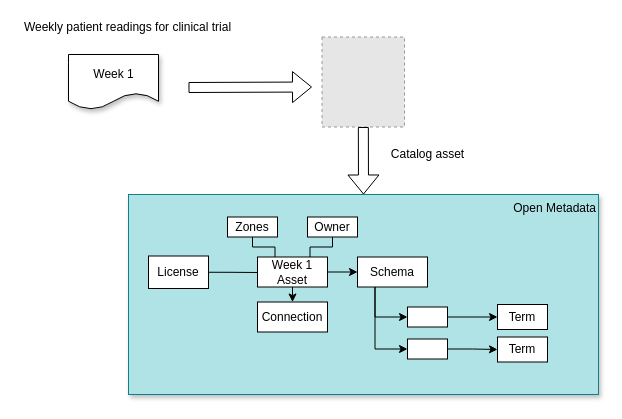
Above: page "Week 1" (1 of 15) of site/docs/features/templated-cataloguing/templated-cataloguing.drawio in odpi/egeria-docs (draw.io), before the change. Source tidied: cells renumbered, new cells numbered last; positions are measured from the earlier drawing's top-left corner, leaving out a move shared by most shapes. Both pictures are drawn from the tidied source at 100%, with x=0, y=0 at pixel (17, 16). Pictures stored in the file or linked from it are replaced by grey dashed boxes.
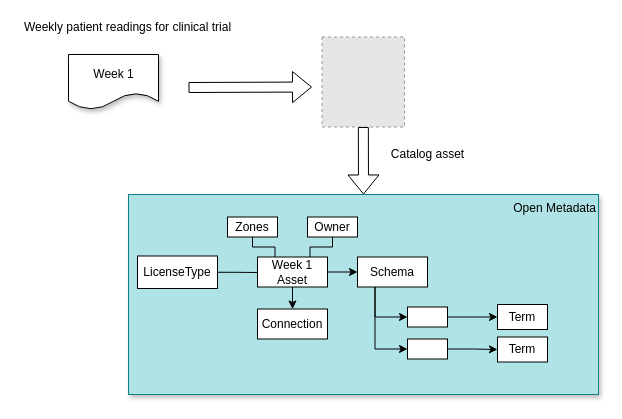
Above is the later version.

Diff of the diagram source:
```diff
@@
     <mxCell id="19" value="Connection" style="rounded=0;whiteSpace=wrap;html=1;" parent="1" vertex="1">
-      <mxGeometry x="240" y="285.5" width="70" height="30" as="geometry" />
+      <mxGeometry x="240" y="292.5" width="70" height="30" as="geometry" />
     </mxCell>
@@
-    <mxCell id="28" value="License" style="rounded=0;whiteSpace=wrap;html=1;" parent="1" vertex="1">
-      <mxGeometry x="131" y="239.5" width="60" height="32.5" as="geometry" />
+    <mxCell id="28" value="LicenseType" style="rounded=0;whiteSpace=wrap;html=1;" parent="1" vertex="1">
+      <mxGeometry x="120" y="239.5" width="80" height="32.5" as="geometry" />
     </mxCell>
```
